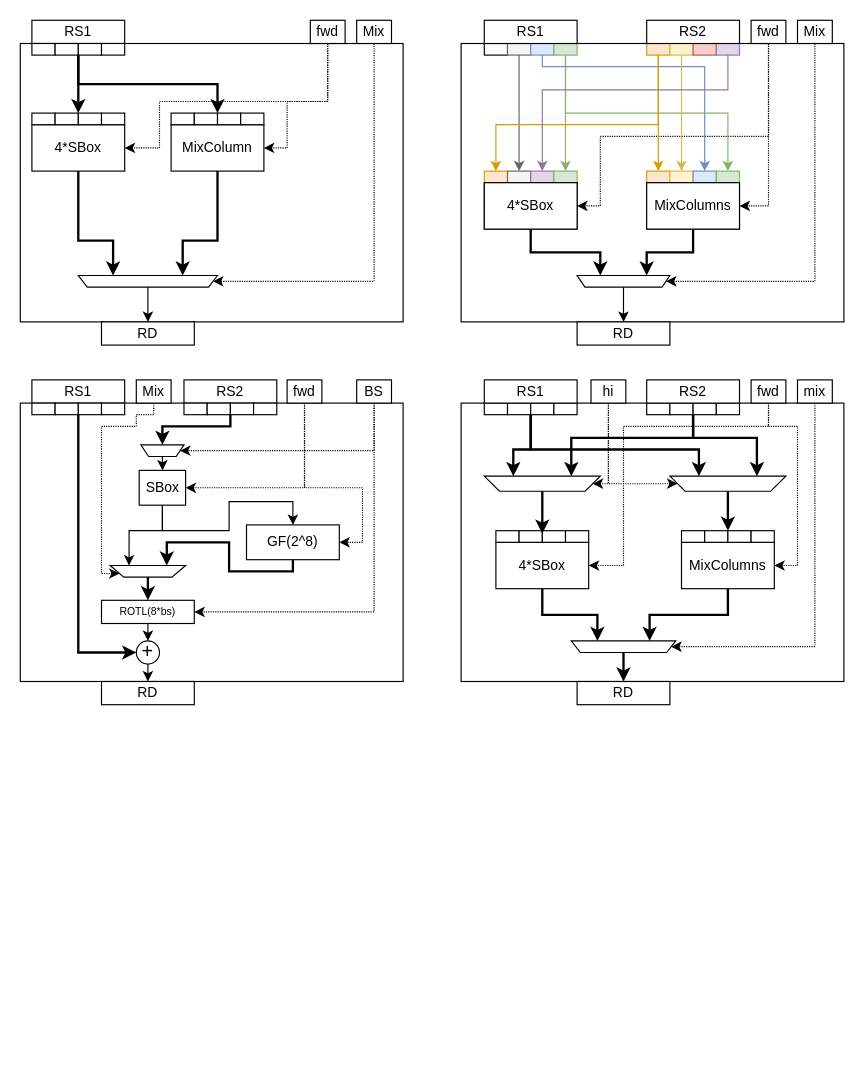
Above: doc/diagrams/ise-datapaths.drawio in scarv/aes-risc-pipeline (draw.io), before the change. Source tidied: cells renumbered, new cells numbered last; positions are measured from the earlier drawing's top-left corner, leaving out a move shared by most shapes. Both pictures are drawn from the tidied source at 116%, with x=0, y=0 at pixel (20, 20).
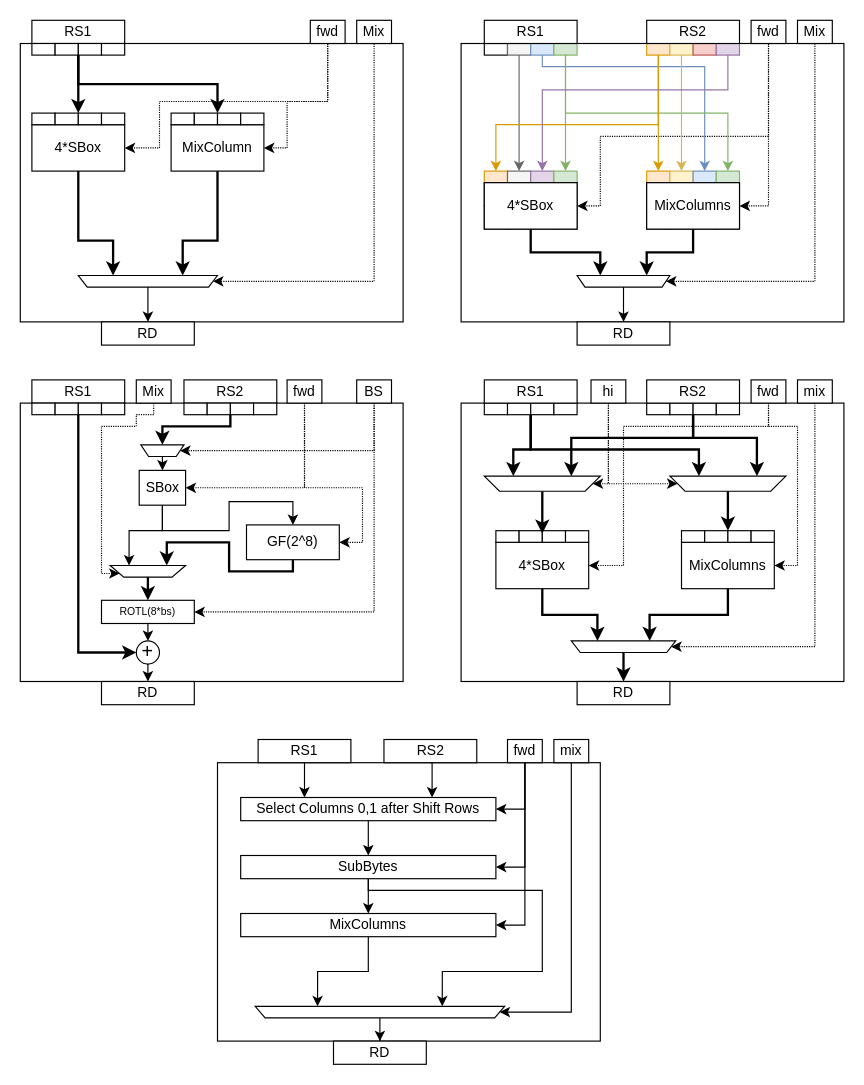
The same page after the edit.

Commit message (it also covers changes not shown here):
paper: V4 diagram, paragraphs not bullets.

Change to the diagram source:
```diff
@@
+    <mxCell id="162" style="rounded=0;whiteSpace=wrap;html=1;" parent="1" vertex="1">
+      <mxGeometry x="170" y="640" width="330" height="240" as="geometry" />
+    </mxCell>
+    <mxCell id="163" style="edgeStyle=orthogonalEdgeStyle;rounded=0;jettySize=auto;html=1;exitX=0.5;exitY=1;exitDx=0;exitDy=0;entryX=1;entryY=0.5;entryDx=0;entryDy=0;" parent="1" edge="1" source="166" target="175">
+      <mxGeometry relative="1" as="geometry" />
+    </mxCell>
+    <mxCell id="164" style="edgeStyle=orthogonalEdgeStyle;rounded=0;jettySize=auto;html=1;exitX=0.5;exitY=1;exitDx=0;exitDy=0;entryX=1;entryY=0.5;entryDx=0;entryDy=0;" parent="1" edge="1" source="166" target="178">
+      <mxGeometry relative="1" as="geometry" />
+    </mxCell>
+    <mxCell id="165" style="edgeStyle=orthogonalEdgeStyle;rounded=0;jettySize=auto;html=1;exitX=0.5;exitY=1;exitDx=0;exitDy=0;entryX=1;entryY=0.5;entryDx=0;entryDy=0;" parent="1" edge="1" source="166" target="180">
+      <mxGeometry relative="1" as="geometry" />
+    </mxCell>
+    <mxCell id="166" value="fwd" style="rounded=0;whiteSpace=wrap;html=1;" parent="1" vertex="1">
+      <mxGeometry x="420" y="620" width="30" height="20" as="geometry" />
+    </mxCell>
+    <mxCell id="167" style="edgeStyle=orthogonalEdgeStyle;rounded=0;jettySize=auto;html=1;exitX=0.5;exitY=1;exitDx=0;exitDy=0;entryX=0.25;entryY=0;entryDx=0;entryDy=0;" parent="1" edge="1" source="168" target="175">
+      <mxGeometry relative="1" as="geometry">
+        <Array as="points">
+          <mxPoint x="245" y="650" />
+          <mxPoint x="245" y="650" />
+        </Array>
+      </mxGeometry>
+    </mxCell>
+    <mxCell id="168" value="RS1" style="rounded=0;whiteSpace=wrap;html=1;" parent="1" vertex="1">
+      <mxGeometry x="205" y="620" width="80" height="20" as="geometry" />
+    </mxCell>
+    <mxCell id="169" style="edgeStyle=orthogonalEdgeStyle;rounded=0;jettySize=auto;html=1;exitX=0.5;exitY=1;exitDx=0;exitDy=0;entryX=0.75;entryY=0;entryDx=0;entryDy=0;" parent="1" edge="1" source="170" target="175">
+      <mxGeometry relative="1" as="geometry">
+        <Array as="points">
+          <mxPoint x="355" y="640" />
+        </Array>
+      </mxGeometry>
+    </mxCell>
+    <mxCell id="170" value="RS2" style="rounded=0;whiteSpace=wrap;html=1;" parent="1" vertex="1">
+      <mxGeometry x="313.5" y="620" width="80" height="20" as="geometry" />
+    </mxCell>
+    <mxCell id="171" value="RD" style="rounded=0;whiteSpace=wrap;html=1;" parent="1" vertex="1">
+      <mxGeometry x="270" y="880" width="80" height="20" as="geometry" />
+    </mxCell>
+    <mxCell id="172" style="edgeStyle=orthogonalEdgeStyle;rounded=0;jettySize=auto;html=1;exitX=0.5;exitY=1;exitDx=0;exitDy=0;entryX=0;entryY=0.5;entryDx=0;entryDy=0;" parent="1" edge="1" source="173" target="182">
+      <mxGeometry relative="1" as="geometry">
+        <Array as="points">
+          <mxPoint x="475" y="855" />
+        </Array>
+      </mxGeometry>
+    </mxCell>
+    <mxCell id="173" value="mix" style="rounded=0;whiteSpace=wrap;html=1;" parent="1" vertex="1">
+      <mxGeometry x="460" y="620" width="30" height="20" as="geometry" />
+    </mxCell>
+    <mxCell id="174" style="edgeStyle=orthogonalEdgeStyle;rounded=0;jettySize=auto;html=1;exitX=0.5;exitY=1;exitDx=0;exitDy=0;entryX=0.5;entryY=0;entryDx=0;entryDy=0;" parent="1" edge="1" source="175" target="178">
+      <mxGeometry relative="1" as="geometry" />
+    </mxCell>
+    <mxCell id="175" value="Select Columns 0,1 after Shift Rows" style="rounded=0;whiteSpace=wrap;html=1;" parent="1" vertex="1">
+      <mxGeometry x="190" y="670" width="220" height="20" as="geometry" />
+    </mxCell>
+    <mxCell id="176" style="edgeStyle=orthogonalEdgeStyle;rounded=0;jettySize=auto;html=1;exitX=0.5;exitY=1;exitDx=0;exitDy=0;entryX=0.5;entryY=0;entryDx=0;entryDy=0;" parent="1" edge="1" source="178" target="180">
+      <mxGeometry relative="1" as="geometry" />
+    </mxCell>
+    <mxCell id="177" style="edgeStyle=orthogonalEdgeStyle;rounded=0;jettySize=auto;html=1;exitX=0.5;exitY=1;exitDx=0;exitDy=0;entryX=0.25;entryY=1;entryDx=0;entryDy=0;" parent="1" edge="1" source="178" target="182">
+      <mxGeometry relative="1" as="geometry">
+        <Array as="points">
+          <mxPoint x="300" y="750" />
+          <mxPoint x="450" y="750" />
+          <mxPoint x="450" y="820" />
+          <mxPoint x="364" y="820" />
+        </Array>
+      </mxGeometry>
+    </mxCell>
+    <mxCell id="178" value="SubBytes" style="rounded=0;whiteSpace=wrap;html=1;" parent="1" vertex="1">
+      <mxGeometry x="190" y="720" width="220" height="20" as="geometry" />
+    </mxCell>
+    <mxCell id="179" style="edgeStyle=orthogonalEdgeStyle;rounded=0;jettySize=auto;html=1;exitX=0.5;exitY=1;exitDx=0;exitDy=0;entryX=0.75;entryY=1;entryDx=0;entryDy=0;" parent="1" edge="1" source="180" target="182">
+      <mxGeometry relative="1" as="geometry" />
+    </mxCell>
+    <mxCell id="180" value="MixColumns" style="rounded=0;whiteSpace=wrap;html=1;" parent="1" vertex="1">
+      <mxGeometry x="190" y="770" width="220" height="20" as="geometry" />
+    </mxCell>
+    <mxCell id="181" style="edgeStyle=orthogonalEdgeStyle;rounded=0;jettySize=auto;html=1;exitX=0.5;exitY=0;exitDx=0;exitDy=0;" parent="1" edge="1" source="182" target="171">
+      <mxGeometry relative="1" as="geometry" />
+    </mxCell>
+    <mxCell id="182" style="shape=trapezoid;perimeter=trapezoidPerimeter;whiteSpace=wrap;html=1;fontSize=9;rotation=-180;size=0.039719453672942176;" parent="1" vertex="1">
+      <mxGeometry x="202.5" y="850" width="215" height="10" as="geometry" />
+    </mxCell>
```
